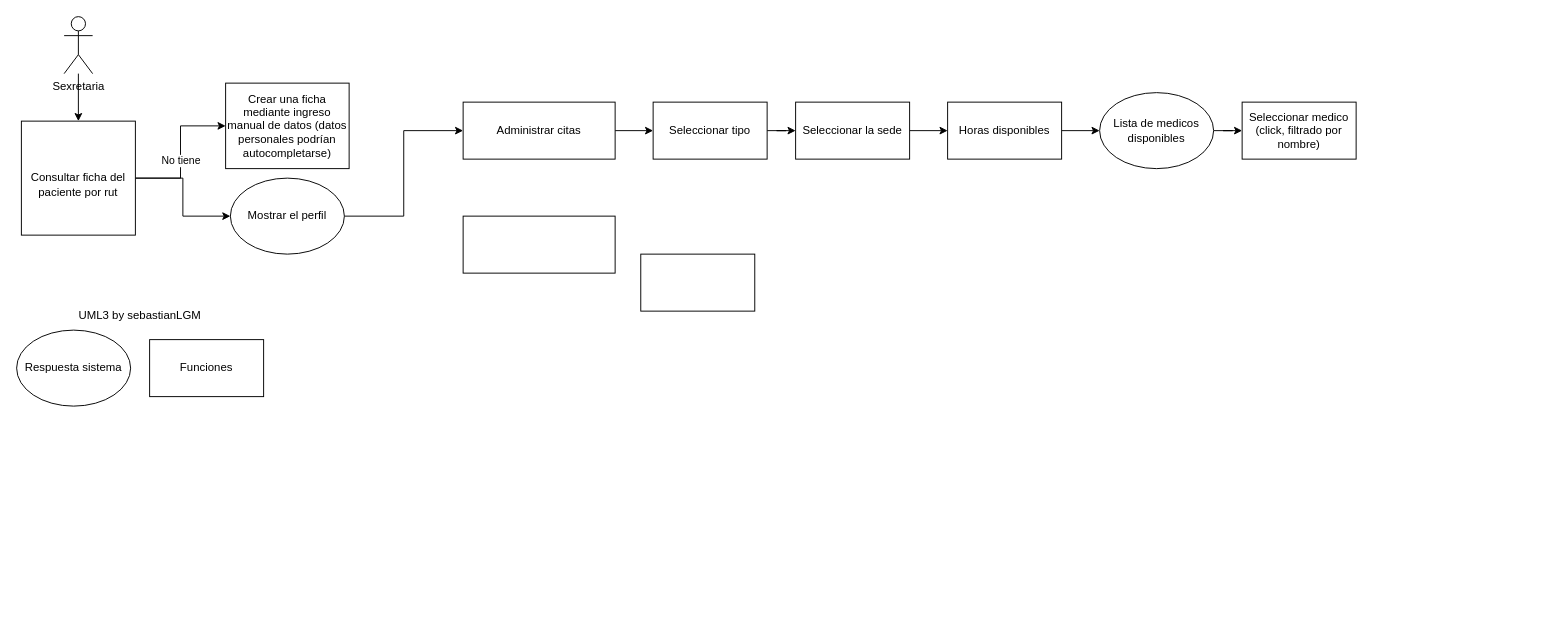
Before: IDEA1.drawio in C-bastian-compila/diagrams.net, a draw.io diagram. Source tidied: cells renumbered, new cells numbered last; positions are measured from the earlier drawing's top-left corner, leaving out a move shared by most shapes. Both pictures are drawn from the tidied source at 95%, with x=0, y=0 at pixel (16, 16).
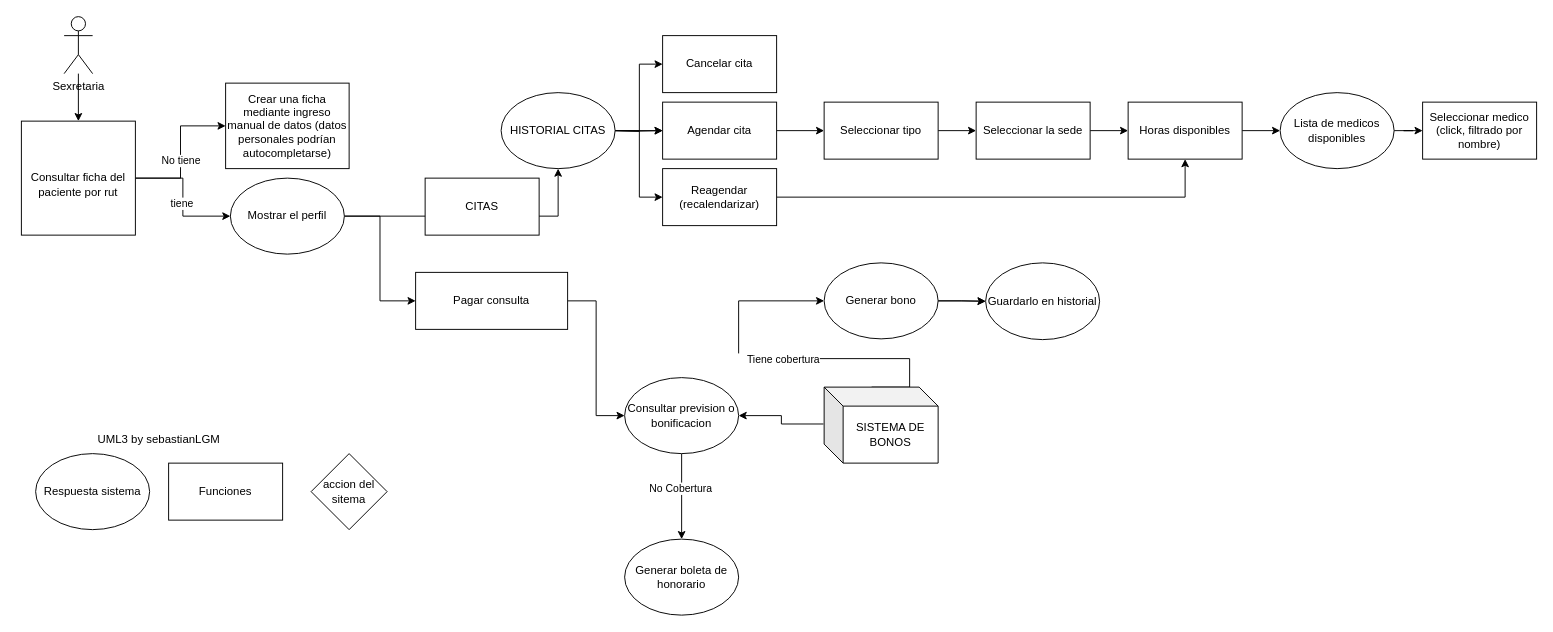
The same page after the edit.

The change refers to these unchanged cells:
```xml
<mxCell id="4" style="edgeStyle=orthogonalEdgeStyle;rounded=0;jettySize=auto;html=1;entryX=0;entryY=0.5;entryDx=0;entryDy=0;" parent="1" edge="1" source="5" target="21">
  <mxGeometry relative="1" as="geometry" />
</mxCell>
<mxCell id="21" value="Mostrar el perfil" style="ellipse;whiteSpace=wrap;html=1;" parent="1" vertex="1">
  <mxGeometry x="225" y="170" width="120" height="80" as="geometry" />
</mxCell>
```

The edit, as a diff of the source:
```diff
@@
+    <mxCell id="27" value="tiene" style="edgeLabel;html=1;align=center;verticalAlign=middle;" parent="4" vertex="1">
+      <mxGeometry x="0.08" y="-2" relative="1" as="geometry" />
+    </mxCell>
@@
-    <mxCell id="6" style="edgeStyle=orthogonalEdgeStyle;rounded=0;jettySize=auto;html=1;entryX=0;entryY=0.5;entryDx=0;entryDy=0;exitX=1;exitY=0.5;exitDx=0;exitDy=0;" parent="1" edge="1" source="21" target="9">
+    <mxCell id="6" style="edgeStyle=orthogonalEdgeStyle;rounded=0;jettySize=auto;html=1;exitX=1;exitY=0.5;exitDx=0;exitDy=0;" parent="1" edge="1" source="21" target="40">
       <mxGeometry relative="1" as="geometry" />
     </mxCell>
@@
-    <mxCell id="8" style="edgeStyle=orthogonalEdgeStyle;rounded=0;jettySize=auto;html=1;entryX=0;entryY=0.5;entryDx=0;entryDy=0;" parent="1" edge="1" source="9" target="19">
-      <mxGeometry relative="1" as="geometry" />
-    </mxCell>
-    <mxCell id="9" value="Administrar citas" style="rounded=0;whiteSpace=wrap;html=1;" parent="1" vertex="1">
-      <mxGeometry x="470" y="90" width="160" height="60" as="geometry" />
-    </mxCell>
+    <mxCell id="28" style="edgeStyle=orthogonalEdgeStyle;rounded=0;jettySize=auto;html=1;entryX=0;entryY=0.5;entryDx=0;entryDy=0;" parent="1" edge="1" target="35">
+      <mxGeometry relative="1" as="geometry">
+        <mxPoint x="630" y="120" as="sourcePoint" />
+      </mxGeometry>
+    </mxCell>
+    <mxCell id="29" style="edgeStyle=orthogonalEdgeStyle;rounded=0;jettySize=auto;html=1;entryX=0;entryY=0.5;entryDx=0;entryDy=0;" parent="1" edge="1" target="38">
+      <mxGeometry relative="1" as="geometry">
+        <mxPoint x="630" y="120" as="sourcePoint" />
+      </mxGeometry>
+    </mxCell>
+    <mxCell id="30" style="edgeStyle=orthogonalEdgeStyle;rounded=0;jettySize=auto;html=1;entryX=0;entryY=0.5;entryDx=0;entryDy=0;" parent="1" edge="1" target="36">
+      <mxGeometry relative="1" as="geometry">
+        <mxPoint x="630" y="120" as="sourcePoint" />
+      </mxGeometry>
+    </mxCell>
+    <mxCell id="31" style="edgeStyle=orthogonalEdgeStyle;rounded=0;jettySize=auto;html=1;entryX=0;entryY=0.5;entryDx=0;entryDy=0;" parent="1" edge="1" source="10" target="48">
+      <mxGeometry relative="1" as="geometry" />
+    </mxCell>
-    <mxCell id="10" style="rounded=0;whiteSpace=wrap;html=1;" parent="1" vertex="1">
-      <mxGeometry x="470" y="210" width="160" height="60" as="geometry" />
+    <mxCell id="10" value="Pagar consulta" style="rounded=0;whiteSpace=wrap;html=1;" parent="1" vertex="1">
+      <mxGeometry x="420" y="269.2" width="160" height="60" as="geometry" />
     </mxCell>
@@
     <mxCell id="13" value="Seleccionar medico (click, filtrado por nombre)" style="rounded=0;whiteSpace=wrap;html=1;" parent="1" vertex="1">
-      <mxGeometry x="1290" y="90" width="120" height="60" as="geometry" />
+      <mxGeometry x="1480" y="90" width="120" height="60" as="geometry" />
     </mxCell>
@@
     <mxCell id="15" value="Horas disponibles" style="rounded=0;whiteSpace=wrap;html=1;" parent="1" vertex="1">
-      <mxGeometry x="980" y="90" width="120" height="60" as="geometry" />
+      <mxGeometry x="1170" y="90" width="120" height="60" as="geometry" />
     </mxCell>
@@
     <mxCell id="17" value="Seleccionar la sede" style="rounded=0;whiteSpace=wrap;html=1;" parent="1" vertex="1">
-      <mxGeometry x="820" y="90" width="120" height="60" as="geometry" />
+      <mxGeometry x="1010" y="90" width="120" height="60" as="geometry" />
     </mxCell>
@@
     <mxCell id="19" value="Seleccionar tipo" style="rounded=0;whiteSpace=wrap;html=1;" parent="1" vertex="1">
-      <mxGeometry x="670" y="90" width="120" height="60" as="geometry" />
+      <mxGeometry x="850" y="90" width="120" height="60" as="geometry" />
     </mxCell>
-    <mxCell id="20" style="rounded=0;whiteSpace=wrap;html=1;" parent="1" vertex="1">
-      <mxGeometry x="657" y="250" width="120" height="60" as="geometry" />
-    </mxCell>
+    <mxCell id="32" style="edgeStyle=orthogonalEdgeStyle;rounded=0;jettySize=auto;html=1;entryX=0;entryY=0.5;entryDx=0;entryDy=0;" parent="1" edge="1" source="21" target="10">
+      <mxGeometry relative="1" as="geometry" />
+    </mxCell>
@@
     <mxCell id="22" value="Respuesta sistema" style="ellipse;whiteSpace=wrap;html=1;" parent="1" vertex="1">
-      <mxGeometry y="330" width="120" height="80" as="geometry" />
+      <mxGeometry x="20" y="460" width="120" height="80" as="geometry" />
     </mxCell>
     <mxCell id="23" value="Funciones" style="rounded=0;whiteSpace=wrap;html=1;" parent="1" vertex="1">
-      <mxGeometry x="140" y="340" width="120" height="60" as="geometry" />
+      <mxGeometry x="160" y="470" width="120" height="60" as="geometry" />
     </mxCell>
     <mxCell id="24" value="UML3 by sebastianLGM" style="text;html=1;strokeColor=none;fillColor=none;align=center;verticalAlign=middle;whiteSpace=wrap;rounded=0;" parent="1" vertex="1">
-      <mxGeometry x="45" y="300" width="170" height="30" as="geometry" />
+      <mxGeometry x="65" y="430" width="170" height="30" as="geometry" />
     </mxCell>
@@
     <mxCell id="26" value="Lista de medicos disponibles" style="ellipse;whiteSpace=wrap;html=1;" parent="1" vertex="1">
-      <mxGeometry x="1140" y="80" width="120" height="80" as="geometry" />
+      <mxGeometry x="1330" y="80" width="120" height="80" as="geometry" />
     </mxCell>
+    <mxCell id="33" style="edgeStyle=orthogonalEdgeStyle;rounded=0;orthogonalLoop=1;jettySize=auto;html=1;exitX=0.5;exitY=1;exitDx=0;exitDy=0;" parent="1" edge="1">
+      <mxGeometry relative="1" as="geometry">
+        <mxPoint x="870" y="329.2" as="sourcePoint" />
+        <mxPoint x="870" y="329.2" as="targetPoint" />
+      </mxGeometry>
+    </mxCell>
+    <mxCell id="34" style="edgeStyle=orthogonalEdgeStyle;rounded=0;jettySize=auto;html=1;entryX=0;entryY=0.5;entryDx=0;entryDy=0;" parent="1" edge="1" source="35" target="19">
+      <mxGeometry relative="1" as="geometry" />
+    </mxCell>
+    <mxCell id="35" value="Agendar cita" style="rounded=0;whiteSpace=wrap;html=1;" parent="1" vertex="1">
+      <mxGeometry x="680" y="90" width="120" height="60" as="geometry" />
+    </mxCell>
+    <mxCell id="36" value="Cancelar cita" style="rounded=0;whiteSpace=wrap;html=1;" parent="1" vertex="1">
+      <mxGeometry x="680" y="20" width="120" height="60" as="geometry" />
+    </mxCell>
+    <mxCell id="37" style="edgeStyle=orthogonalEdgeStyle;rounded=0;jettySize=auto;html=1;entryX=0.5;entryY=1;entryDx=0;entryDy=0;" parent="1" edge="1" source="38" target="15">
+      <mxGeometry relative="1" as="geometry" />
+    </mxCell>
+    <mxCell id="38" value="Reagendar (recalendarizar)" style="rounded=0;whiteSpace=wrap;html=1;" parent="1" vertex="1">
+      <mxGeometry x="680" y="160" width="120" height="60" as="geometry" />
+    </mxCell>
+    <mxCell id="39" style="edgeStyle=orthogonalEdgeStyle;rounded=0;jettySize=auto;html=1;" parent="1" edge="1" source="40" target="35">
+      <mxGeometry relative="1" as="geometry" />
+    </mxCell>
+    <mxCell id="40" value="HISTORIAL CITAS" style="ellipse;whiteSpace=wrap;html=1;" parent="1" vertex="1">
+      <mxGeometry x="510" y="80" width="120" height="80" as="geometry" />
+    </mxCell>
+    <mxCell id="41" value="CITAS" style="rounded=0;whiteSpace=wrap;html=1;" parent="1" vertex="1">
+      <mxGeometry x="430" y="170" width="120" height="60" as="geometry" />
+    </mxCell>
+    <mxCell id="42" value="accion del sitema" style="rhombus;whiteSpace=wrap;html=1;" parent="1" vertex="1">
+      <mxGeometry x="310" y="460" width="80" height="80" as="geometry" />
+    </mxCell>
+    <mxCell id="43" style="edgeStyle=orthogonalEdgeStyle;rounded=0;jettySize=auto;html=1;entryX=1;entryY=0.5;entryDx=0;entryDy=0;exitX=-0.006;exitY=0.485;exitDx=0;exitDy=0;exitPerimeter=0;" parent="1" edge="1" source="54" target="48">
+      <mxGeometry relative="1" as="geometry" />
+    </mxCell>
+    <mxCell id="44" style="edgeStyle=orthogonalEdgeStyle;rounded=0;jettySize=auto;html=1;entryX=0.5;entryY=0;entryDx=0;entryDy=0;" parent="1" edge="1" source="48" target="53">
+      <mxGeometry relative="1" as="geometry" />
+    </mxCell>
+    <mxCell id="45" value="No Cobertura" style="edgeLabel;html=1;align=center;verticalAlign=middle;" parent="44" vertex="1">
+      <mxGeometry x="-0.21" y="-2" relative="1" as="geometry" />
+    </mxCell>
+    <mxCell id="46" style="edgeStyle=orthogonalEdgeStyle;rounded=0;jettySize=auto;html=1;entryX=0;entryY=0.5;entryDx=0;entryDy=0;exitX=0;exitY=0;exitDx=50;exitDy=0;exitPerimeter=0;" parent="1" edge="1" source="54" target="51">
+      <mxGeometry relative="1" as="geometry">
+        <Array as="points">
+          <mxPoint x="940" y="360" />
+          <mxPoint x="760" y="360" />
+          <mxPoint x="760" y="299" />
+        </Array>
+      </mxGeometry>
+    </mxCell>
+    <mxCell id="47" value="&lt;blockquote style=&quot;margin: 0 0 0 40px; border: none; padding: 0px;&quot;&gt;Tiene cobertura&lt;br&gt;&lt;/blockquote&gt;" style="edgeLabel;html=1;align=center;verticalAlign=middle;" parent="46" vertex="1">
+      <mxGeometry x="0.12" relative="1" as="geometry" />
+    </mxCell>
+    <mxCell id="48" value="Consultar prevision o bonificacion" style="ellipse;whiteSpace=wrap;html=1;" parent="1" vertex="1">
+      <mxGeometry x="640" y="380" width="120" height="80" as="geometry" />
+    </mxCell>
+    <mxCell id="49" style="edgeStyle=orthogonalEdgeStyle;rounded=0;jettySize=auto;html=1;" parent="1" edge="1" source="51" target="52">
+      <mxGeometry relative="1" as="geometry" />
+    </mxCell>
+    <mxCell id="50" style="edgeStyle=orthogonalEdgeStyle;rounded=0;jettySize=auto;html=1;" parent="1" edge="1" source="51" target="52">
+      <mxGeometry relative="1" as="geometry" />
+    </mxCell>
+    <mxCell id="51" value="Generar bono" style="ellipse;whiteSpace=wrap;html=1;" parent="1" vertex="1">
+      <mxGeometry x="850" y="259.2" width="120" height="80" as="geometry" />
+    </mxCell>
+    <mxCell id="52" value="Guardarlo en historial" style="ellipse;whiteSpace=wrap;html=1;" parent="1" vertex="1">
+      <mxGeometry x="1020" y="259.2" width="120" height="80.8" as="geometry" />
+    </mxCell>
+    <mxCell id="53" value="Generar boleta de honorario" style="ellipse;whiteSpace=wrap;html=1;" parent="1" vertex="1">
+      <mxGeometry x="640" y="550" width="120" height="80" as="geometry" />
+    </mxCell>
+    <mxCell id="54" value="SISTEMA DE BONOS" style="shape=cube;whiteSpace=wrap;html=1;boundedLbl=1;backgroundOutline=1;darkOpacity=0.05;darkOpacity2=0.1;" parent="1" vertex="1">
+      <mxGeometry x="850" y="390" width="120" height="80" as="geometry" />
+    </mxCell>
```
